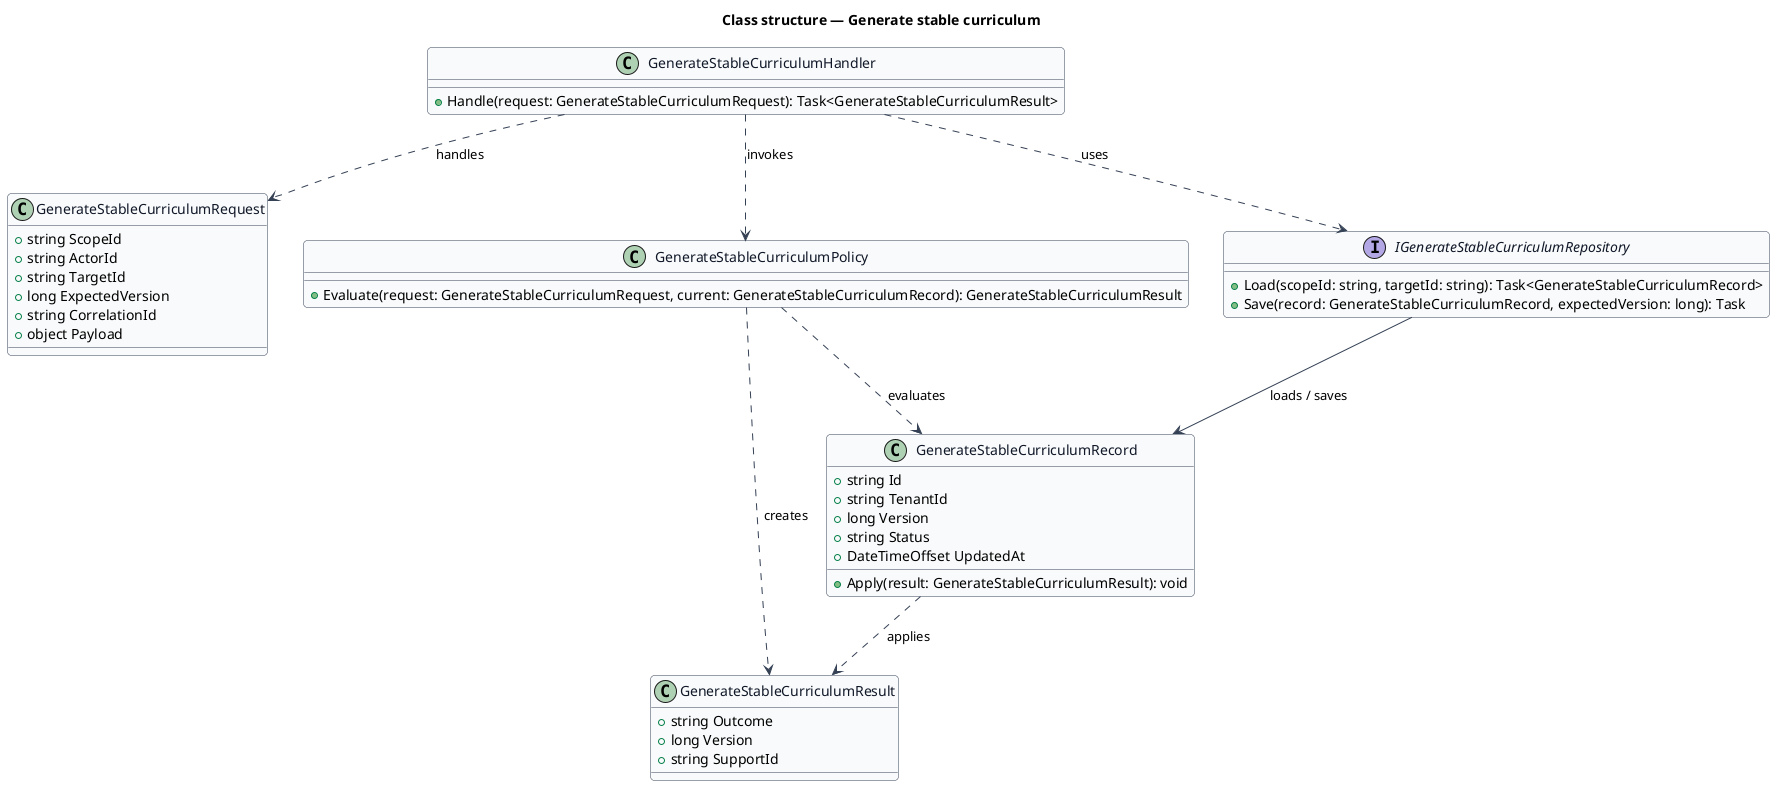
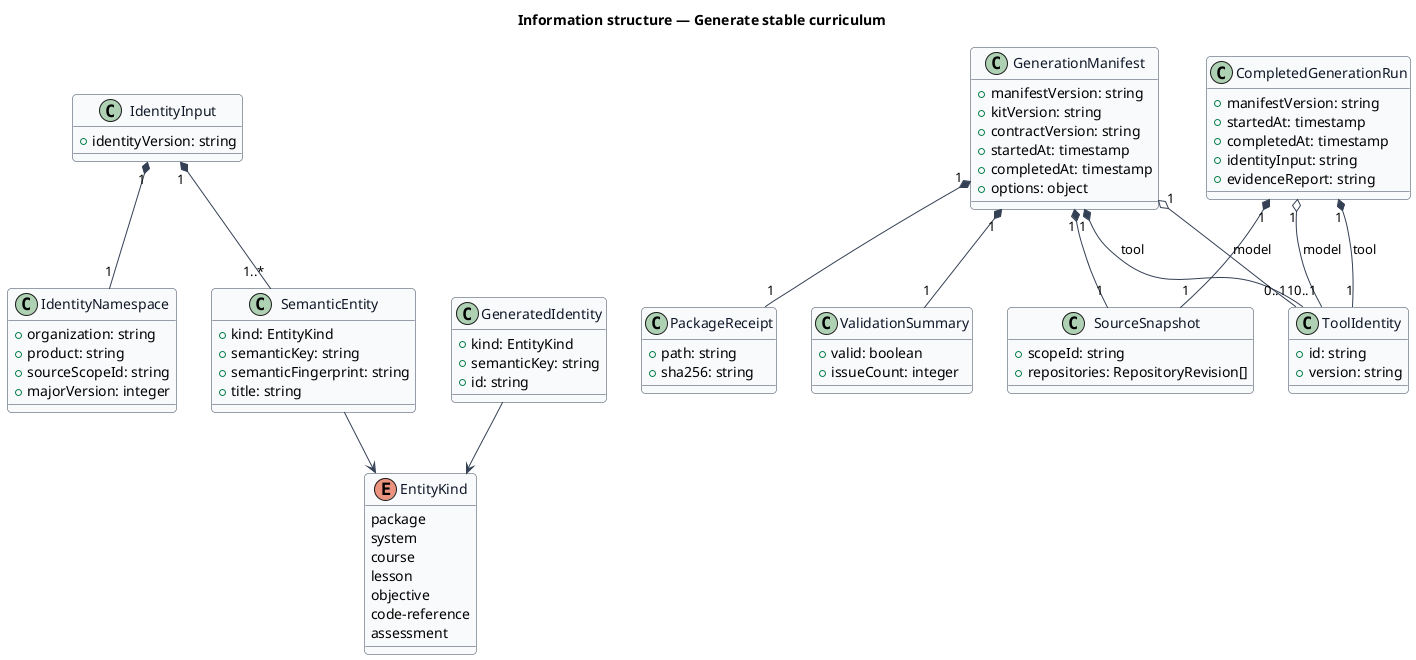
@startuml
skinparam backgroundColor #FFFFFF
skinparam shadowing false
skinparam roundcorner 8
skinparam defaultFontName Arial
skinparam ArrowColor #344054
skinparam class {
  BorderColor #344054
  FontColor #101828
  BackgroundColor #F9FAFB
}
- title Class structure — Generate stable curriculum
+ title Information structure — Generate stable curriculum

- class GenerateStableCurriculumRequest {
-   +string ScopeId
-   +string ActorId
-   +string TargetId
-   +long ExpectedVersion
-   +string CorrelationId
-   +object Payload
+ class IdentityInput {
+   +identityVersion: string
}

- class GenerateStableCurriculumResult {
-   +string Outcome
-   +long Version
-   +string SupportId
+ class IdentityNamespace {
+   +organization: string
+   +product: string
+   +sourceScopeId: string
+   +majorVersion: integer
}

- class GenerateStableCurriculumRecord {
-   +string Id
-   +string TenantId
-   +long Version
-   +string Status
-   +DateTimeOffset UpdatedAt
-   +Apply(result: GenerateStableCurriculumResult): void
+ class SemanticEntity {
+   +kind: EntityKind
+   +semanticKey: string
+   +semanticFingerprint: string
+   +title: string
}

- class GenerateStableCurriculumPolicy {
-   +Evaluate(request: GenerateStableCurriculumRequest, current: GenerateStableCurriculumRecord): GenerateStableCurriculumResult
+ enum EntityKind {
+   package
+   system
+   course
+   lesson
+   objective
+   code-reference
+   assessment
}

- interface IGenerateStableCurriculumRepository {
-   +Load(scopeId: string, targetId: string): Task<GenerateStableCurriculumRecord>
-   +Save(record: GenerateStableCurriculumRecord, expectedVersion: long): Task
+ class GeneratedIdentity {
+   +kind: EntityKind
+   +semanticKey: string
+   +id: string
}

- class GenerateStableCurriculumHandler {
-   +Handle(request: GenerateStableCurriculumRequest): Task<GenerateStableCurriculumResult>
+ class CompletedGenerationRun {
+   +manifestVersion: string
+   +startedAt: timestamp
+   +completedAt: timestamp
+   +identityInput: string
+   +evidenceReport: string
}

- GenerateStableCurriculumHandler ..> GenerateStableCurriculumRequest : handles
- GenerateStableCurriculumHandler ..> GenerateStableCurriculumPolicy : invokes
- GenerateStableCurriculumHandler ..> IGenerateStableCurriculumRepository : uses
- IGenerateStableCurriculumRepository --> GenerateStableCurriculumRecord : loads / saves
- GenerateStableCurriculumPolicy ..> GenerateStableCurriculumRecord : evaluates
- GenerateStableCurriculumPolicy ..> GenerateStableCurriculumResult : creates
- GenerateStableCurriculumRecord ..> GenerateStableCurriculumResult : applies
+ class ToolIdentity {
+   +id: string
+   +version: string
+ }
+ 
+ class SourceSnapshot {
+   +scopeId: string
+   +repositories: RepositoryRevision[]
+ }
+ 
+ class PackageReceipt {
+   +path: string
+   +sha256: string
+ }
+ 
+ class GenerationManifest {
+   +manifestVersion: string
+   +kitVersion: string
+   +contractVersion: string
+   +startedAt: timestamp
+   +completedAt: timestamp
+   +options: object
+ }
+ 
+ class ValidationSummary {
+   +valid: boolean
+   +issueCount: integer
+ }
+ 
+ IdentityInput "1" *-- "1" IdentityNamespace
+ IdentityInput "1" *-- "1..*" SemanticEntity
+ SemanticEntity --> EntityKind
+ GeneratedIdentity --> EntityKind
+ CompletedGenerationRun "1" *-- "1" ToolIdentity : tool
+ CompletedGenerationRun "1" o-- "0..1" ToolIdentity : model
+ CompletedGenerationRun "1" *-- "1" SourceSnapshot
+ GenerationManifest "1" *-- "1" ToolIdentity : tool
+ GenerationManifest "1" o-- "0..1" ToolIdentity : model
+ GenerationManifest "1" *-- "1" SourceSnapshot
+ GenerationManifest "1" *-- "1" PackageReceipt
+ GenerationManifest "1" *-- "1" ValidationSummary
@enduml
